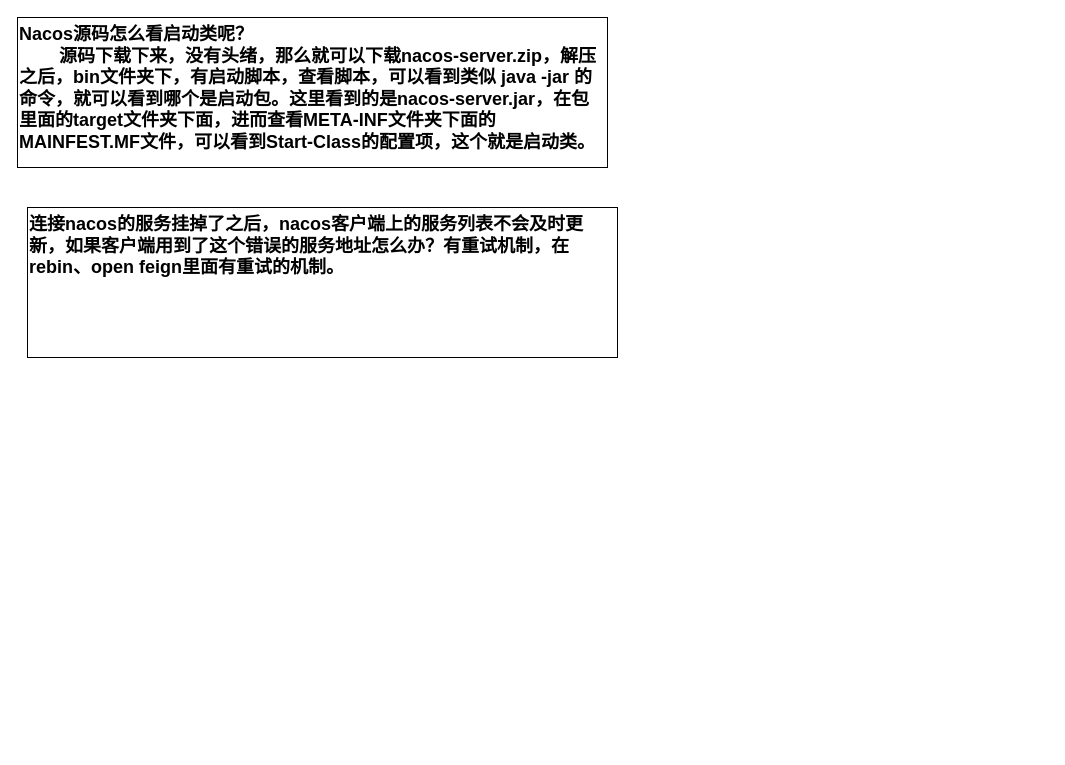
Earlier version of the draw.io diagram JAVA/Nacos.drawio (KGwolf/MyDraw). Source tidied: cells renumbered, new cells numbered last; positions are measured from the earlier drawing's top-left corner, leaving out a move shared by most shapes. Both pictures are drawn from the tidied source at 100%, with x=0, y=0 at pixel (17, 17).
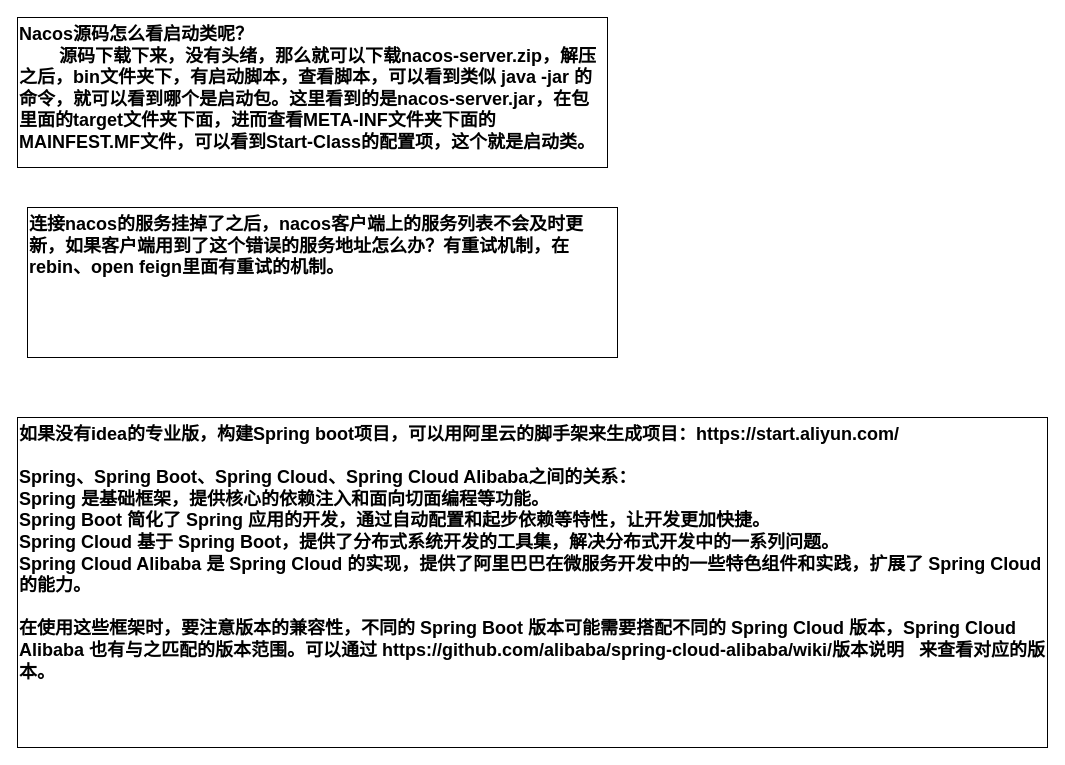
The same page after the edit.

Diff of the diagram source:
```diff
@@
 <mxGraphModel>
   <root>
     <mxCell id="0" />
     <mxCell id="1" parent="0" />
     <mxCell id="2" value="Nacos源码怎么看启动类呢？&lt;div&gt;&lt;span style=&quot;white-space: pre;&quot;&gt;&#9;&lt;/span&gt;源码下载下来，没有头绪，那么就可以下载nacos-server.zip，解压之后，bin文件夹下，有启动脚本，查看脚本，可以看到类似 java -jar 的命令，就可以看到哪个是启动包。这里看到的是nacos-server.jar，在包里面的target文件夹下面，进而查看META-INF文件夹下面的MAINFEST.MF文件，可以看到Start-Class的配置项，这个就是启动类。&lt;br&gt;&lt;/div&gt;" style="rounded=0;whiteSpace=wrap;html=1;fontSize=18;fontStyle=1;verticalAlign=top;align=left;" parent="1" vertex="1">
       <mxGeometry width="590" height="150" as="geometry" />
     </mxCell>
     <mxCell id="3" value="连接nacos的服务挂掉了之后，nacos客户端上的服务列表不会及时更新，如果客户端用到了这个错误的服务地址怎么办？有重试机制，在rebin、open feign里面有重试的机制。" style="rounded=0;whiteSpace=wrap;html=1;fontSize=18;fontStyle=1;verticalAlign=top;align=left;" parent="1" vertex="1">
       <mxGeometry x="10" y="190" width="590" height="150" as="geometry" />
     </mxCell>
+    <mxCell id="4" value="如果没有idea的专业版，构建Spring boot项目，可以用阿里云的脚手架来生成项目：https://start.aliyun.com/&lt;div&gt;&lt;br&gt;&lt;/div&gt;&lt;div&gt;Spring、Spring Boot、Spring Cloud、Spring Cloud Alibaba之间的关系：&lt;/div&gt;&lt;div&gt;&lt;div&gt;Spring 是基础框架，提供核心的依赖注入和面向切面编程等功能。&lt;/div&gt;&lt;div&gt;Spring Boot 简化了 Spring 应用的开发，通过自动配置和起步依赖等特性，让开发更加快捷。&lt;/div&gt;&lt;div&gt;Spring Cloud 基于 Spring Boot，提供了分布式系统开发的工具集，解决分布式开发中的一系列问题。&lt;/div&gt;&lt;div&gt;Spring Cloud Alibaba 是 Spring Cloud 的实现，提供了阿里巴巴在微服务开发中的一些特色组件和实践，扩展了 Spring Cloud 的能力。&lt;/div&gt;&lt;div&gt;&lt;br&gt;&lt;/div&gt;&lt;div&gt;在使用这些框架时，要注意版本的兼容性，不同的 Spring Boot 版本可能需要搭配不同的 Spring Cloud 版本，Spring Cloud Alibaba 也有与之匹配的版本范围。可以通过&amp;nbsp;https://github.com/alibaba/spring-cloud-alibaba/wiki/版本说明&amp;nbsp; &amp;nbsp;来查看对应的版本。&lt;/div&gt;&lt;/div&gt;" style="rounded=0;whiteSpace=wrap;html=1;fontSize=18;fontStyle=1;verticalAlign=top;align=left;" parent="1" vertex="1">
+      <mxGeometry y="400" width="1030" height="330" as="geometry" />
+    </mxCell>
   </root>
 </mxGraphModel>
```
